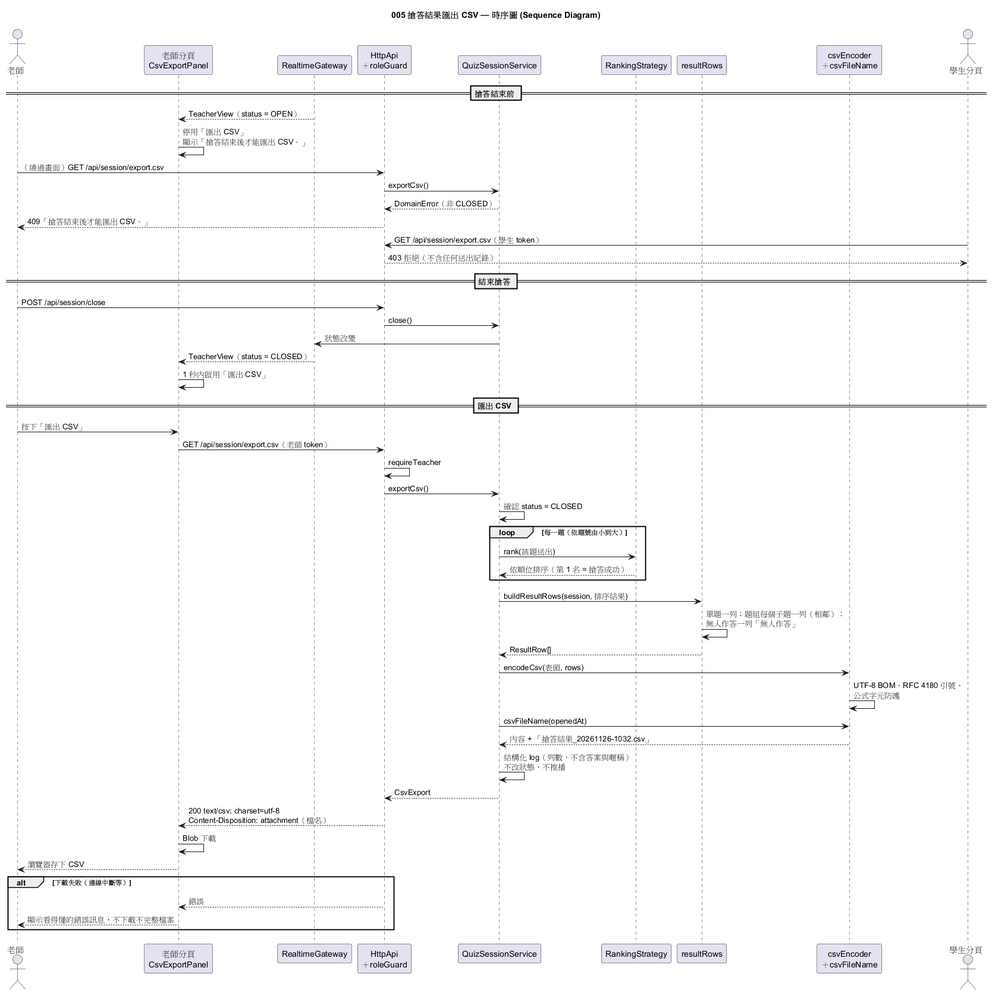
Above: diagrams/005-results-csv-export-sequence.png in kevin20694569/classroom_response_system (PlantUML), before the change. The source it was exported from:
```plantuml
@startuml 005-results-csv-export-sequence
skinparam defaultFontName "PingFang TC"
title 005 搶答結果匯出 CSV — 時序圖 (Sequence Diagram)

actor "老師" as T
participant "老師分頁\nCsvExportPanel" as Panel
participant "RealtimeGateway" as RT
participant "HttpApi\n＋roleGuard" as Http
participant "QuizSessionService" as Svc
participant "RankingStrategy" as Rank
participant "resultRows" as Rows
participant "csvEncoder\n＋csvFileName" as Enc
actor "學生分頁" as S

== 搶答結束前 ==
RT --> Panel : TeacherView（status = OPEN）
Panel -> Panel : 停用「匯出 CSV」\n顯示「搶答結束後才能匯出 CSV。」
T -> Http : （繞過畫面）GET /api/session/export.csv
Http -> Svc : exportCsv()
Svc --> Http : DomainError（非 CLOSED）
Http --> T : 409「搶答結束後才能匯出 CSV。」

S -> Http : GET /api/session/export.csv（學生 token）
Http --> S : 403 拒絕（不含任何送出紀錄）

== 結束搶答 ==
T -> Http : POST /api/session/close
Http -> Svc : close()
Svc -> RT : 狀態改變
RT --> Panel : TeacherView（status = CLOSED）
Panel -> Panel : 1 秒內啟用「匯出 CSV」

== 匯出 CSV ==
T -> Panel : 按下「匯出 CSV」
Panel -> Http : GET /api/session/export.csv（老師 token）
Http -> Http : requireTeacher
Http -> Svc : exportCsv()
Svc -> Svc : 確認 status = CLOSED
loop 每一題（依題號由小到大）
  Svc -> Rank : rank(該題送出)
  Rank --> Svc : 依順位排序（第 1 名 = 搶答成功）
end
Svc -> Rows : buildResultRows(session, 排序結果)
Rows -> Rows : 單題一列；題組每個子題一列（相鄰）；\n無人作答一列「無人作答」
Rows --> Svc : ResultRow[]
Svc -> Enc : encodeCsv(表頭, rows)
Enc -> Enc : UTF-8 BOM、RFC 4180 引號、\n公式字元防護
Svc -> Enc : csvFileName(openedAt)
Enc --> Svc : 內容 + 「搶答結果_20261126-1032.csv」
Svc -> Svc : 結構化 log（列數，不含答案與暱稱）\n不改狀態、不推播
Svc --> Http : CsvExport
Http --> Panel : 200 text/csv; charset=utf-8\nContent-Disposition: attachment（檔名）
Panel -> Panel : Blob 下載
Panel --> T : 瀏覽器存下 CSV

alt 下載失敗（連線中斷等）
  Http --> Panel : 錯誤
  Panel --> T : 顯示看得懂的錯誤訊息，不下載不完整檔案
end
@enduml
```
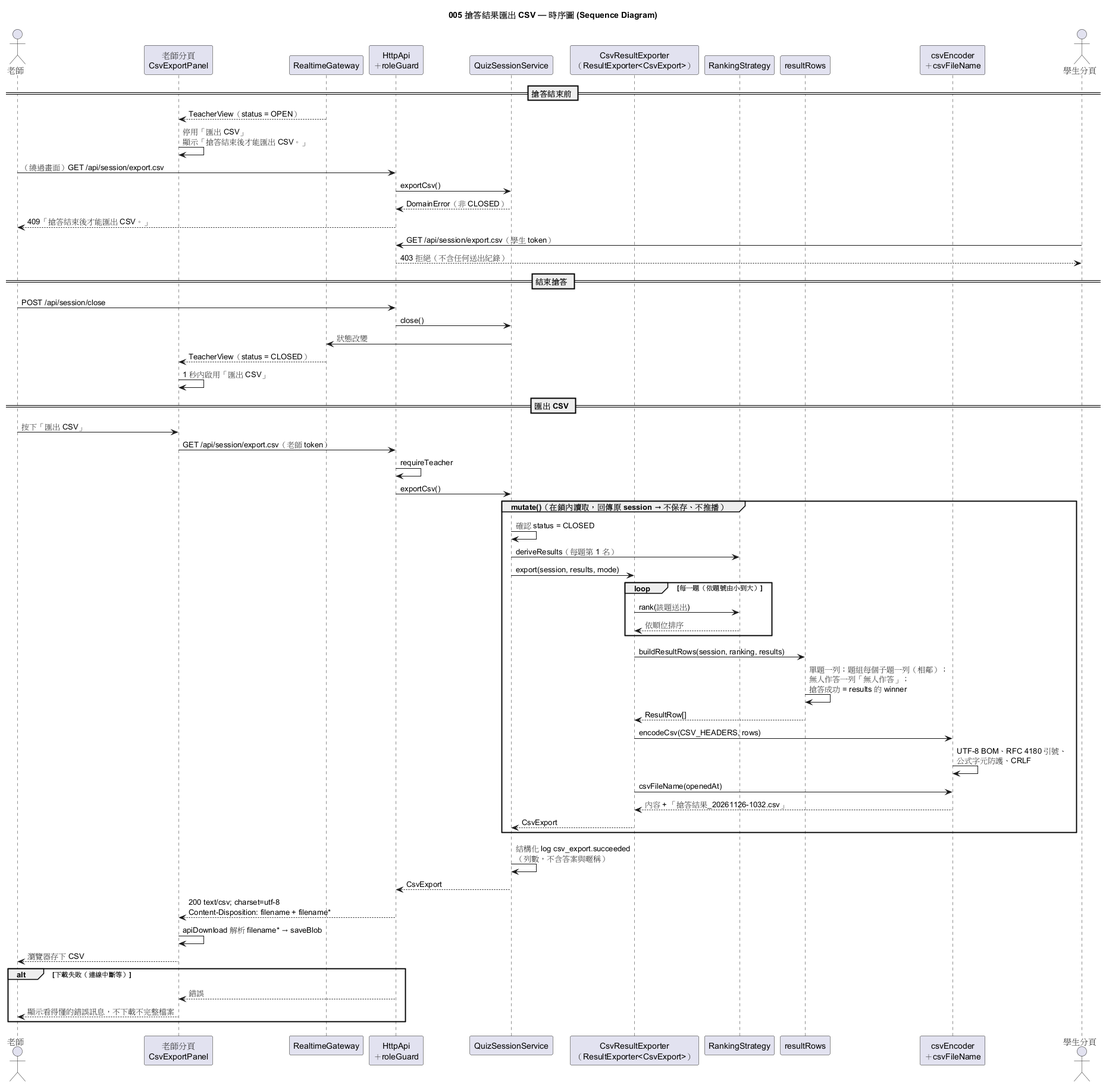
After the commit.

Diff of the diagram source:
```diff
@@ -7,6 +7,7 @@
 participant "RealtimeGateway" as RT
 participant "HttpApi\n＋roleGuard" as Http
 participant "QuizSessionService" as Svc
+participant "CsvResultExporter\n（ResultExporter<CsvExport>）" as Csv
 participant "RankingStrategy" as Rank
 participant "resultRows" as Rows
 participant "csvEncoder\n＋csvFileName" as Enc
@@ -35,22 +36,27 @@
 Panel -> Http : GET /api/session/export.csv（老師 token）
 Http -> Http : requireTeacher
 Http -> Svc : exportCsv()
-Svc -> Svc : 確認 status = CLOSED
-loop 每一題（依題號由小到大）
-  Svc -> Rank : rank(該題送出)
-  Rank --> Svc : 依順位排序（第 1 名 = 搶答成功）
+group mutate()（在鎖內讀取，回傳原 session → 不保存、不推播）
+  Svc -> Svc : 確認 status = CLOSED
+  Svc -> Rank : deriveResults（每題第 1 名）
+  Svc -> Csv : export(session, results, mode)
+  loop 每一題（依題號由小到大）
+    Csv -> Rank : rank(該題送出)
+    Rank --> Csv : 依順位排序
+  end
+  Csv -> Rows : buildResultRows(session, ranking, results)
+  Rows -> Rows : 單題一列；題組每個子題一列（相鄰）；\n無人作答一列「無人作答」；\n搶答成功 = results 的 winner
+  Rows --> Csv : ResultRow[]
+  Csv -> Enc : encodeCsv(CSV_HEADERS, rows)
+  Enc -> Enc : UTF-8 BOM、RFC 4180 引號、\n公式字元防護、CRLF
+  Csv -> Enc : csvFileName(openedAt)
+  Enc --> Csv : 內容 + 「搶答結果_20261126-1032.csv」
+  Csv --> Svc : CsvExport
 end
-Svc -> Rows : buildResultRows(session, 排序結果)
-Rows -> Rows : 單題一列；題組每個子題一列（相鄰）；\n無人作答一列「無人作答」
-Rows --> Svc : ResultRow[]
-Svc -> Enc : encodeCsv(表頭, rows)
-Enc -> Enc : UTF-8 BOM、RFC 4180 引號、\n公式字元防護
-Svc -> Enc : csvFileName(openedAt)
-Enc --> Svc : 內容 + 「搶答結果_20261126-1032.csv」
-Svc -> Svc : 結構化 log（列數，不含答案與暱稱）\n不改狀態、不推播
+Svc -> Svc : 結構化 log csv_export.succeeded\n（列數，不含答案與暱稱）
 Svc --> Http : CsvExport
-Http --> Panel : 200 text/csv; charset=utf-8\nContent-Disposition: attachment（檔名）
-Panel -> Panel : Blob 下載
+Http --> Panel : 200 text/csv; charset=utf-8\nContent-Disposition: filename + filename*
+Panel -> Panel : apiDownload 解析 filename* → saveBlob
 Panel --> T : 瀏覽器存下 CSV
 
 alt 下載失敗（連線中斷等）
```
